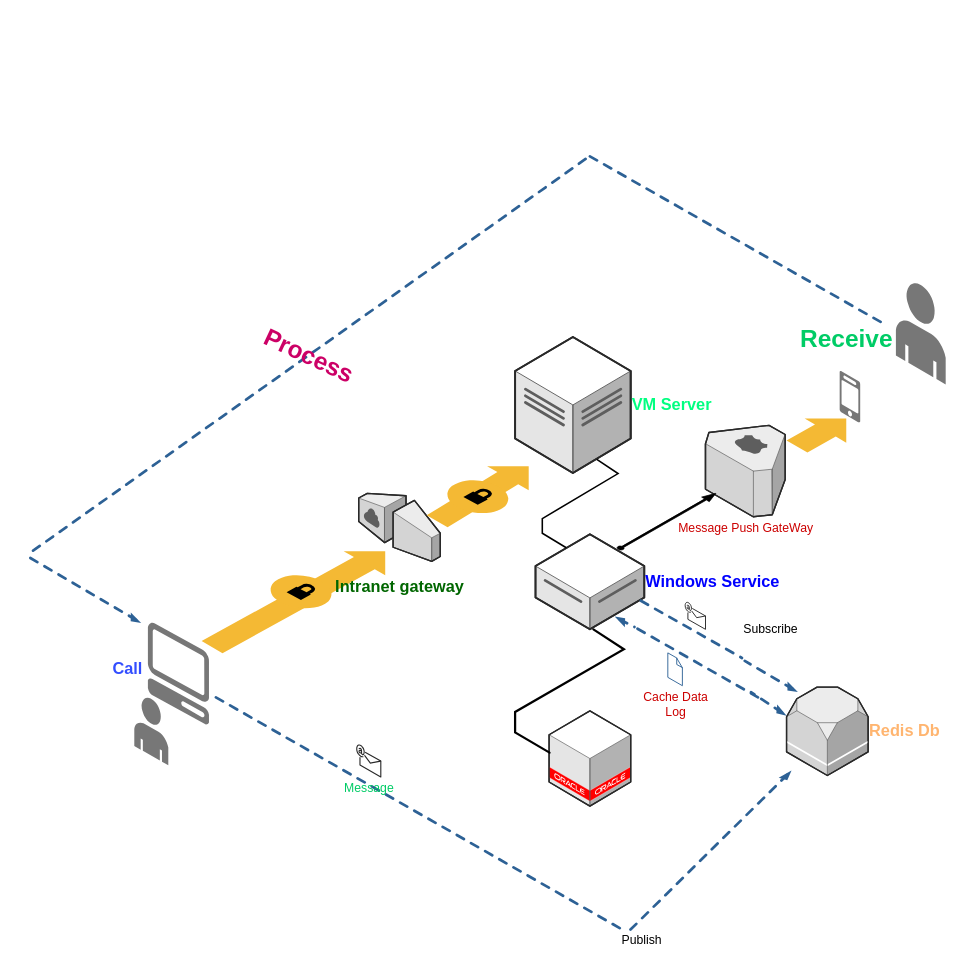
Earlier version of the draw.io diagram 未命名绘图.drawio (gywei/Dram). Source tidied: cells renumbered, new cells numbered last; positions are measured from the earlier drawing's top-left corner, leaving out a move shared by most shapes. Both pictures are drawn from the tidied source at 68%, with x=0, y=0 at pixel (50, 60).
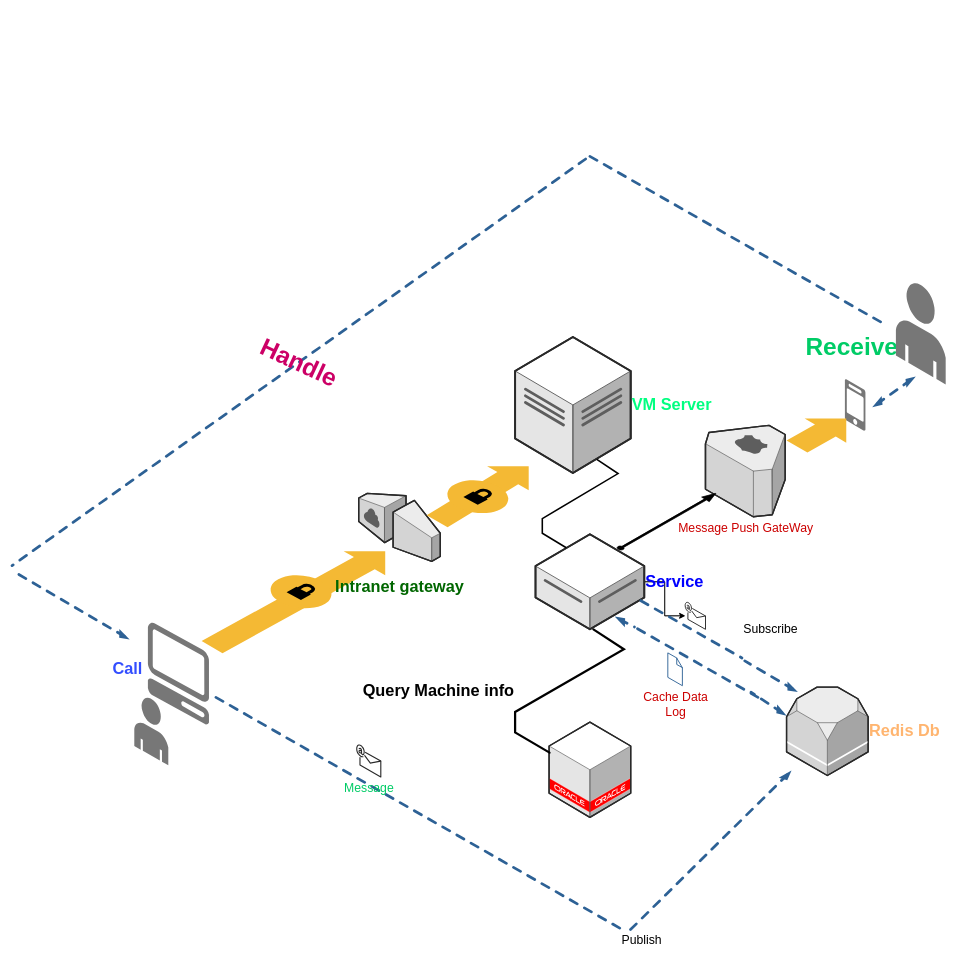
The same diagram, later.

Commit message (it also covers changes not shown here):
更新未命名绘图.drawio

Unchanged cells that the change refers to:
```xml
<mxCell id="18" style="verticalLabelPosition=bottom;html=1;verticalAlign=top;strokeWidth=1;align=center;outlineConnect=0;dashed=0;outlineConnect=0;shape=mxgraph.aws3d.email;strokeColor=#292929;fontSize=18;fontColor=#00CC66;" parent="1" vertex="1">
  <mxGeometry x="933" y="797.2" width="30" height="39.8" as="geometry" />
</mxCell>
```

Change to the diagram source:
```diff
@@
+    <mxCell id="33" style="edgeStyle=orthogonalEdgeStyle;rounded=0;jettySize=auto;html=1;fontSize=18;fontColor=#CC0066;" parent="1" edge="1" source="7" target="18">
+      <mxGeometry relative="1" as="geometry" />
+    </mxCell>
+    <mxCell id="34" style="edgeStyle=orthogonalEdgeStyle;rounded=0;jettySize=auto;html=1;fontSize=18;fontColor=#CC0066;" parent="1" edge="1" source="7" target="18">
+      <mxGeometry relative="1" as="geometry" />
+    </mxCell>
-    <mxCell id="7" value="&lt;h1&gt;&lt;font color=&quot;#0000ff&quot;&gt;Windows Service&lt;/font&gt;&lt;/h1&gt;" style="verticalLabelPosition=middle;html=1;verticalAlign=middle;strokeWidth=1;align=left;outlineConnect=0;dashed=0;outlineConnect=0;shape=mxgraph.aws3d.dataServer;strokeColor=#5E5E5E;labelPosition=right;" parent="1" vertex="1">
+    <mxCell id="7" value="&lt;h1&gt;&lt;font color=&quot;#0000ff&quot;&gt;Service&lt;/font&gt;&lt;/h1&gt;" style="verticalLabelPosition=middle;html=1;verticalAlign=middle;strokeWidth=1;align=left;outlineConnect=0;dashed=0;outlineConnect=0;shape=mxgraph.aws3d.dataServer;strokeColor=#5E5E5E;labelPosition=right;" parent="1" vertex="1">
       <mxGeometry x="713" y="697" width="160" height="140" as="geometry" />
     </mxCell>
@@
     <mxCell id="11" style="verticalLabelPosition=bottom;html=1;verticalAlign=top;strokeWidth=1;align=center;dashed=0;shape=mxgraph.aws3d.oracleDataCenter;fillColor=#ffffff;strokeColor=#5E5E5E;" parent="1" vertex="1">
-      <mxGeometry x="733" y="957" width="120" height="140" as="geometry" />
+      <mxGeometry x="733" y="973.5" width="120" height="140" as="geometry" />
     </mxCell>
-    <mxCell id="12" style="verticalLabelPosition=bottom;html=1;verticalAlign=top;strokeWidth=1;align=center;dashed=0;shape=mxgraph.aws3d.edge2;strokeColor=#000000;direction=west;flipH=0;flipV=1;" parent="1" vertex="1">
+    <mxCell id="12" value="&lt;h1&gt;Query Machine info&lt;/h1&gt;" style="verticalLabelPosition=middle;html=1;verticalAlign=middle;strokeWidth=1;align=right;dashed=0;shape=mxgraph.aws3d.edge2;strokeColor=#000000;direction=west;flipH=0;flipV=1;labelPosition=left;" parent="1" vertex="1">
       <mxGeometry x="683" y="837" width="160" height="181.3" as="geometry" />
     </mxCell>
@@
     <mxCell id="21" value="&lt;h1&gt;Receive&amp;nbsp;&lt;/h1&gt;" style="verticalLabelPosition=top;html=1;verticalAlign=bottom;strokeWidth=1;align=center;dashed=0;shape=mxgraph.aws3d.mobile_worker;strokeColor=none;fillColor=#777777;fontSize=18;fontColor=#00CC66;labelPosition=center;" parent="1" vertex="1">
-      <mxGeometry x="1160.3" y="457" width="30.2" height="75.6" as="geometry" />
+      <mxGeometry x="1168" y="469.2" width="30.2" height="75.6" as="geometry" />
     </mxCell>
@@
-    <mxCell id="31" value="&lt;h1&gt;&lt;font color=&quot;#cc0066&quot;&gt;Process&lt;/font&gt;&lt;/h1&gt;" style="verticalLabelPosition=middle;html=1;verticalAlign=middle;strokeWidth=1;align=center;dashed=0;shape=mxgraph.aws3d.dashedArrowlessEdge2;strokeColor=#2D6195;fontSize=18;fontColor=#006600;direction=south;rotation=25;labelPosition=center;" parent="1" vertex="1">
-      <mxGeometry x="132.7" y="0.3" width="493.9" height="867.1" as="geometry" />
+    <mxCell id="31" value="&lt;h1&gt;&lt;font color=&quot;#cc0066&quot;&gt;Handle&lt;/font&gt;&lt;/h1&gt;" style="verticalLabelPosition=middle;html=1;verticalAlign=middle;strokeWidth=1;align=center;dashed=0;shape=mxgraph.aws3d.dashedArrowlessEdge2;strokeColor=#2D6195;fontSize=18;fontColor=#006600;direction=south;rotation=25;labelPosition=center;" parent="1" vertex="1">
+      <mxGeometry x="109.1" y="-4.9" width="511.8" height="898.4" as="geometry" />
     </mxCell>
     <mxCell id="32" style="verticalLabelPosition=bottom;html=1;verticalAlign=top;strokeWidth=1;align=center;dashed=0;shape=mxgraph.aws3d.dashedEdge2;strokeColor=#2D6195;fontSize=18;fontColor=#006600;direction=south;rotation=-30;" parent="1" vertex="1">
-      <mxGeometry x="-0.1" y="692.7" width="97.1" height="170.5" as="geometry" />
+      <mxGeometry x="-17" y="717" width="97.1" height="170.5" as="geometry" />
     </mxCell>
+    <mxCell id="35" style="verticalLabelPosition=bottom;html=1;verticalAlign=top;strokeWidth=1;align=center;dashed=0;shape=mxgraph.aws3d.dashedEdgeDouble2;strokeColor=#2D6195;fontSize=18;fontColor=#CC0066;direction=north;rotation=25;" parent="1" vertex="1">
+      <mxGeometry x="1220.8" y="453.7" width="38.9" height="68.2" as="geometry" />
+    </mxCell>
```
